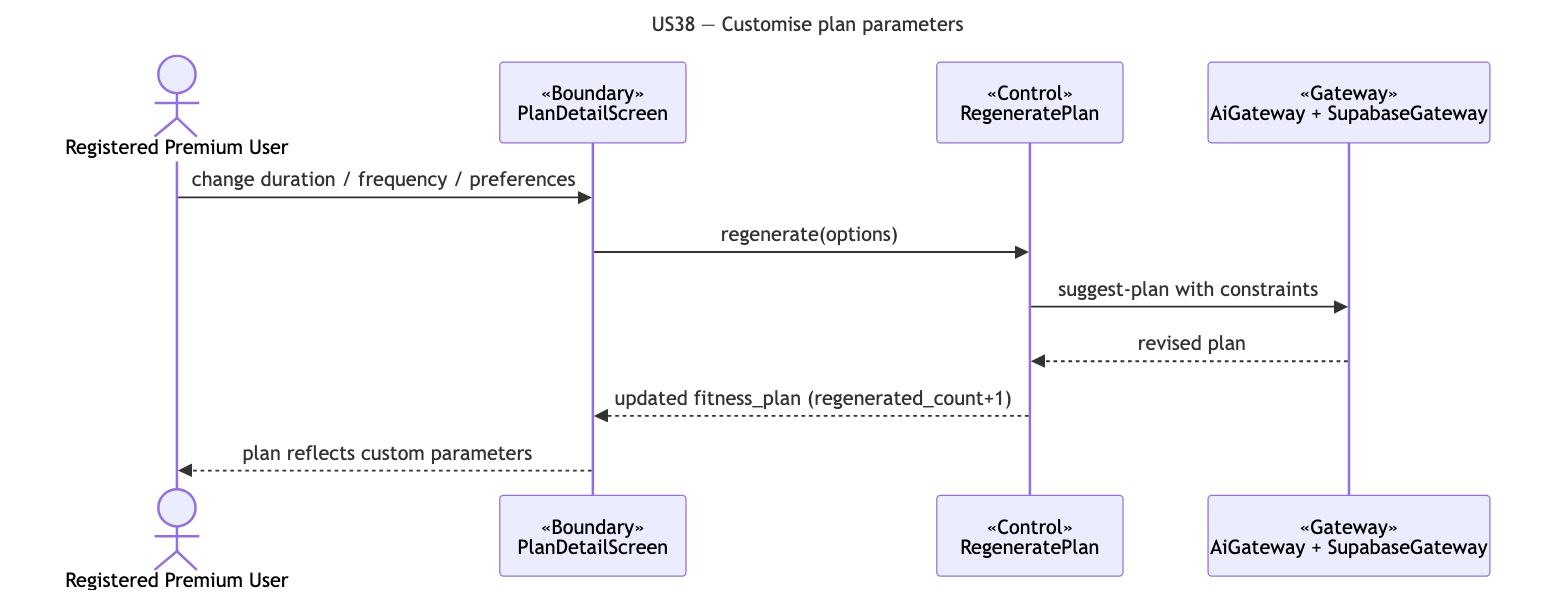
Before: docs/deliverables/sequence-diagrams/US38-customise-plan.png, a diagram exported from Mermaid (cyuanjun/FYP-26-S2-37-app). Its source is kept beside it as docs/deliverables/sequence-diagrams/src/US38-customise-plan.mmd. Its diagram source:
```mermaid
---
title: "US38 — Customise plan parameters"
---
sequenceDiagram
  actor A as Registered Premium User
  participant B as «Boundary»<br/>PlanDetailScreen
  participant C as «Control»<br/>RegeneratePlan
  participant G as «Gateway»<br/>AiGateway + SupabaseGateway
  A->>B: change duration / frequency / preferences
  B->>C: regenerate(options)
  C->>G: suggest-plan with constraints
  G-->>C: revised plan
  C-->>B: updated fitness_plan (regenerated_count+1)
  B-->>A: plan reflects custom parameters
```
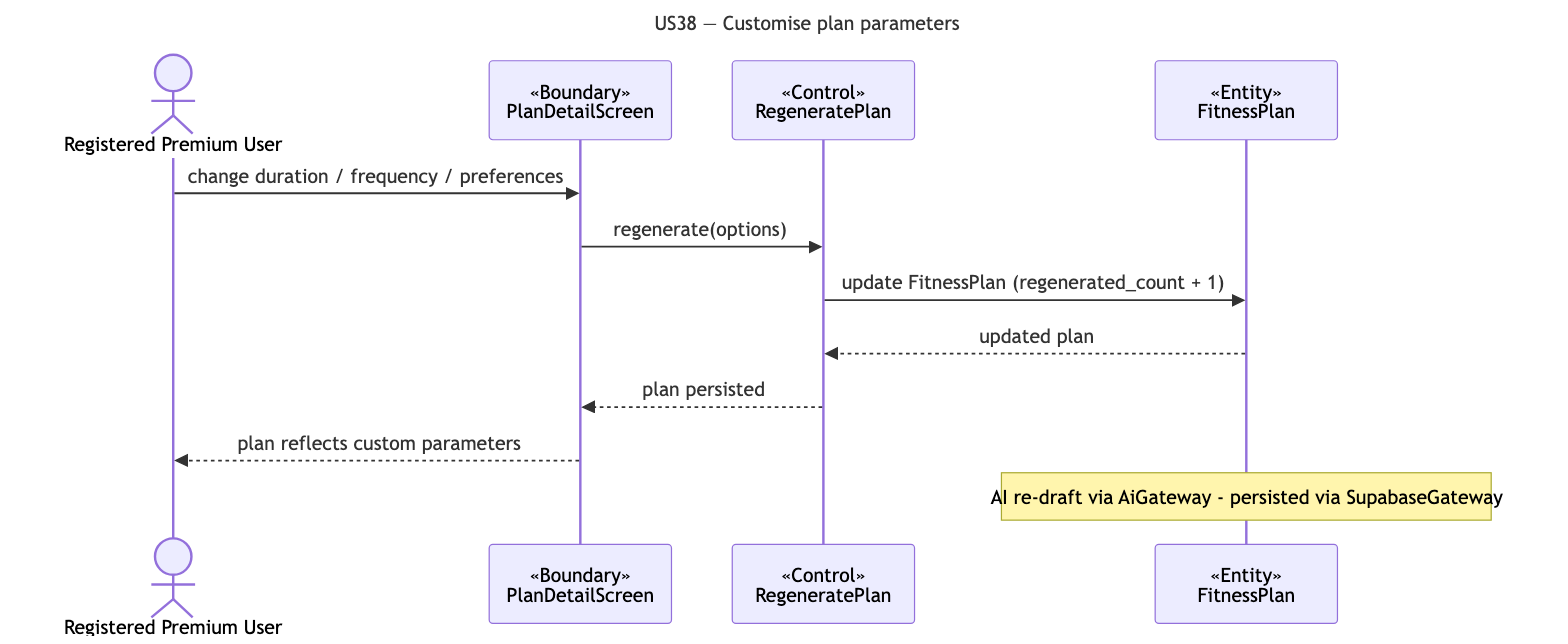
Later version of the same file.

What changed in the source:
```diff
@@ -5,10 +5,11 @@
   actor A as Registered Premium User
   participant B as «Boundary»<br/>PlanDetailScreen
   participant C as «Control»<br/>RegeneratePlan
-  participant G as «Gateway»<br/>AiGateway + SupabaseGateway
+  participant E as «Entity»<br/>FitnessPlan
   A->>B: change duration / frequency / preferences
   B->>C: regenerate(options)
-  C->>G: suggest-plan with constraints
-  G-->>C: revised plan
-  C-->>B: updated fitness_plan (regenerated_count+1)
+  C->>E: update FitnessPlan (regenerated_count + 1)
+  E-->>C: updated plan
+  C-->>B: plan persisted
   B-->>A: plan reflects custom parameters
+  note over E: AI re-draft via AiGateway - persisted via SupabaseGateway
```
